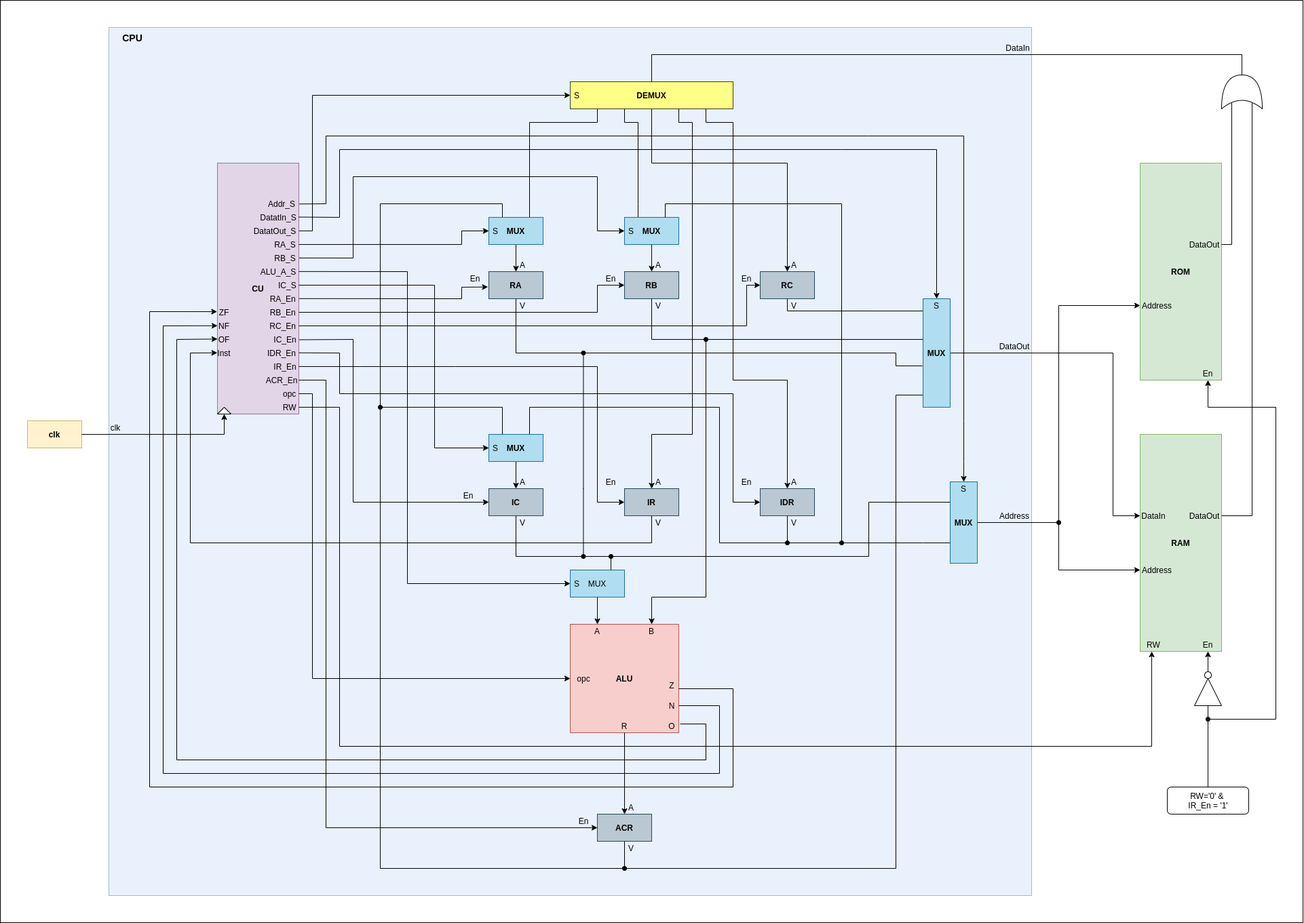
Above: other/cpu_schem.png in dma-neves/dcpu (draw.io), before the change. Source tidied: cells renumbered, new cells last; positions are measured from the earlier drawing's top-left corner, leaving out a move shared by most shapes.
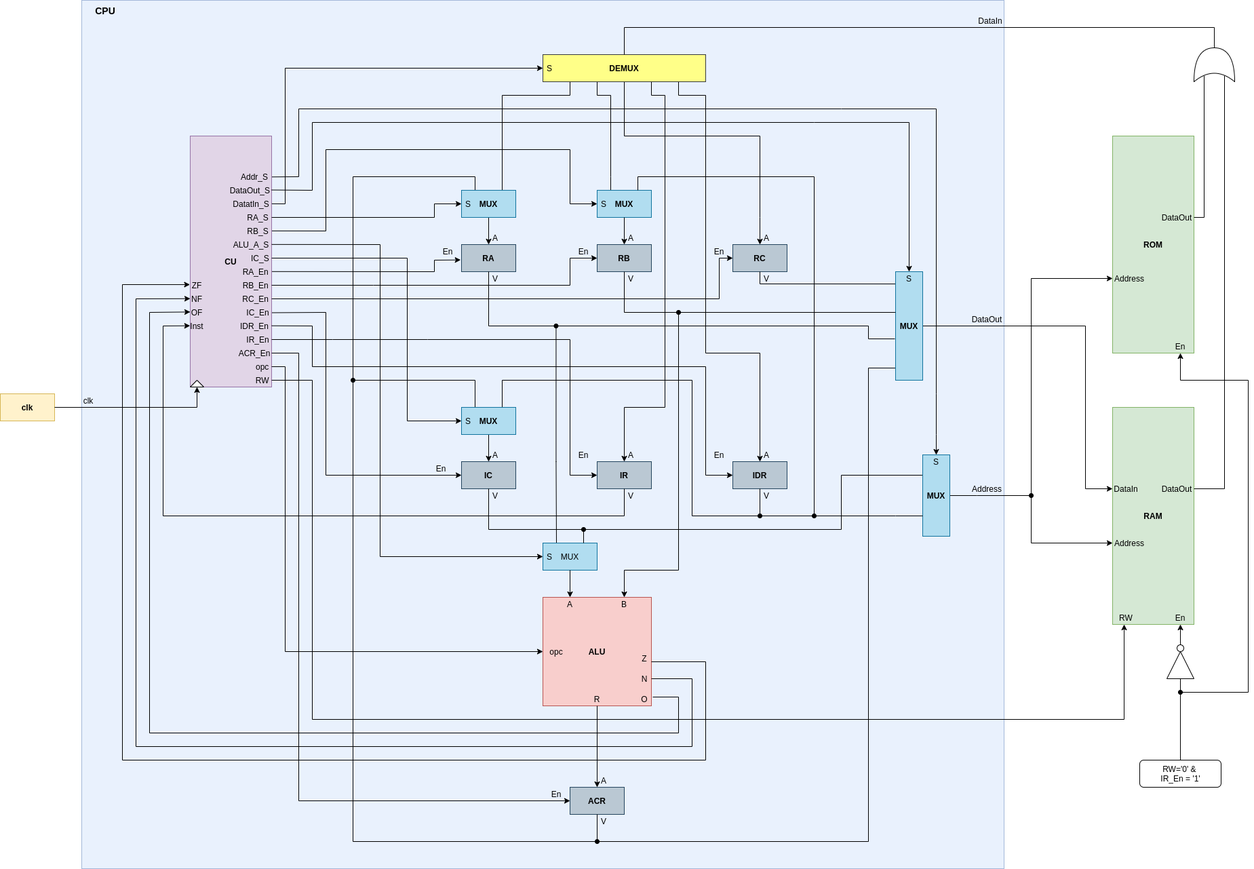
The same diagram one commit later.

Commit message:
Implemented decoder, fixed schematic errors and deduced instruction outputs

Diff of the diagram source:
```diff
@@ -424,9 +424,8 @@
         </Array>
       </mxGeometry>
     </mxCell>
-    <mxCell id="89" style="endArrow=oval;html=1;rounded=0;startArrow=oval;startFill=1;endFill=1;" parent="1" edge="1">
+    <mxCell id="89" style="endArrow=oval;html=1;rounded=0;startArrow=none;startFill=0;endFill=1;exitX=0.25;exitY=0;exitDx=0;exitDy=0;" parent="1" edge="1" source="121">
       <mxGeometry relative="1" as="geometry">
-        <mxPoint x="859.4" y="820" as="sourcePoint" />
         <mxPoint x="859.4" y="520" as="targetPoint" />
         <Array as="points">
           <mxPoint x="859.4" y="720" />
@@ -521,7 +520,7 @@
     <mxCell id="103" value="Addr_S" style="text;html=1;strokeColor=none;fillColor=none;align=center;verticalAlign=middle;whiteSpace=wrap;rounded=0;" parent="1" vertex="1">
       <mxGeometry x="390" y="290" width="50" height="20" as="geometry" />
     </mxCell>
-    <mxCell id="104" value="DatatIn_S" style="text;html=1;strokeColor=none;fillColor=none;align=center;verticalAlign=middle;whiteSpace=wrap;rounded=0;" parent="1" vertex="1">
+    <mxCell id="104" value="DataOut_S&amp;nbsp;" style="text;html=1;strokeColor=none;fillColor=none;align=center;verticalAlign=middle;whiteSpace=wrap;rounded=0;" parent="1" vertex="1">
       <mxGeometry x="380" y="310" width="60" height="20" as="geometry" />
     </mxCell>
     <mxCell id="105" value="&amp;nbsp;RC_En" style="text;html=1;strokeColor=none;fillColor=none;align=center;verticalAlign=middle;whiteSpace=wrap;rounded=0;" parent="1" vertex="1">
@@ -673,8 +672,8 @@
         </Array>
       </mxGeometry>
     </mxCell>
-    <mxCell id="142" value="DatatOut_S" style="text;html=1;strokeColor=none;fillColor=none;align=center;verticalAlign=middle;whiteSpace=wrap;rounded=0;" parent="1" vertex="1">
-      <mxGeometry x="370" y="330" width="70" height="20" as="geometry" />
+    <mxCell id="142" value="DatatIn_S" style="text;html=1;strokeColor=none;fillColor=none;align=center;verticalAlign=middle;whiteSpace=wrap;rounded=0;" parent="1" vertex="1">
+      <mxGeometry x="380" y="330" width="60" height="20" as="geometry" />
     </mxCell>
     <mxCell id="143" value="&amp;nbsp; &amp;nbsp; RW" style="text;html=1;strokeColor=none;fillColor=none;align=center;verticalAlign=middle;whiteSpace=wrap;rounded=0;" parent="1" vertex="1">
       <mxGeometry x="400" y="590" width="40" height="20" as="geometry" />
@@ -787,8 +786,5 @@
     <mxCell id="168" value="DataIn" style="text;html=1;strokeColor=none;fillColor=none;align=center;verticalAlign=middle;whiteSpace=wrap;rounded=0;" parent="1" vertex="1">
       <mxGeometry x="1480" y="60" width="40" height="20" as="geometry" />
     </mxCell>
-    <mxCell id="169" style="rounded=0;whiteSpace=wrap;html=1;fillColor=none;" parent="1" vertex="1">
-      <mxGeometry width="1920" height="1360" as="geometry" />
-    </mxCell>
   </root>
 </mxGraphModel>
```
